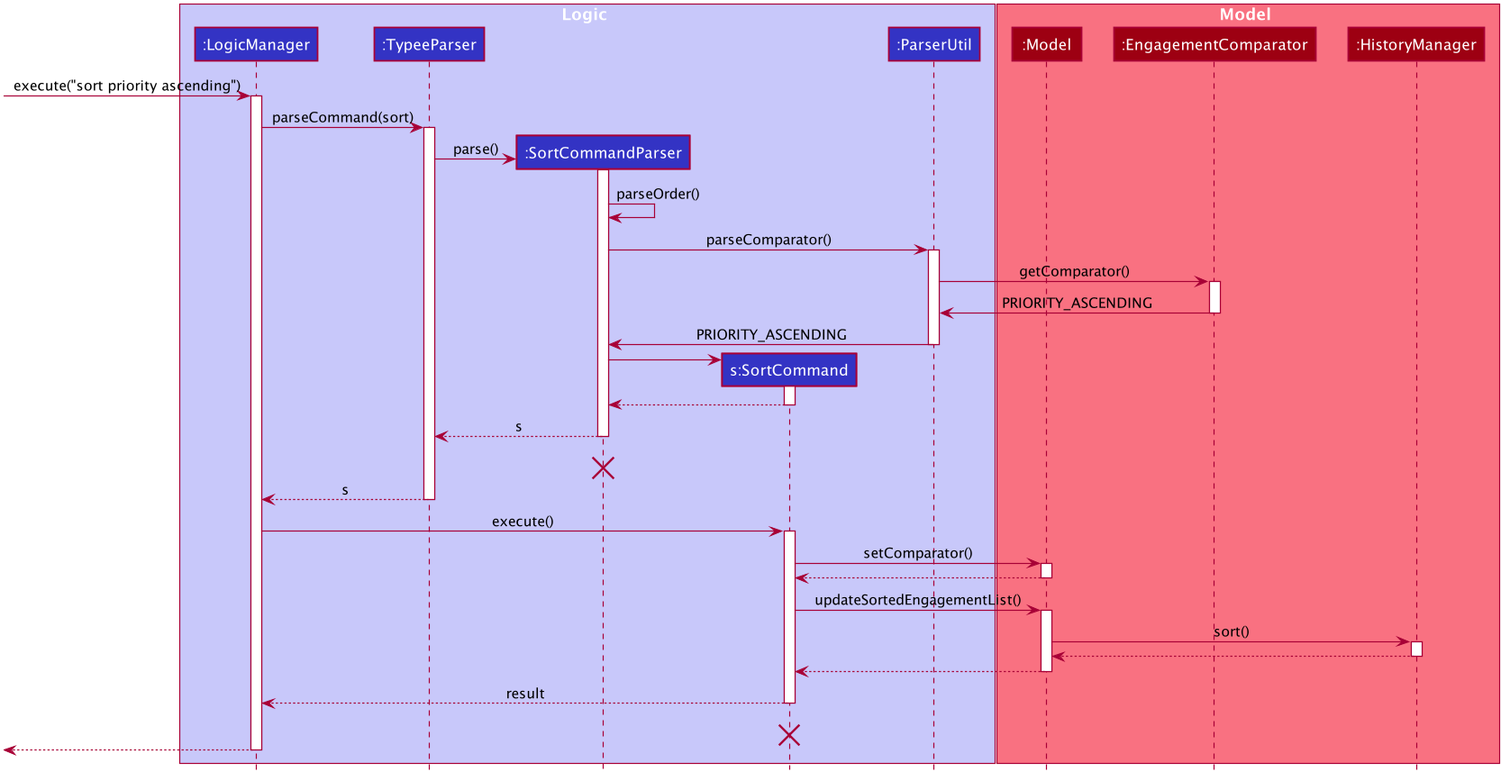
Earlier version of the PlantUML export docs/images/SortSequenceDiagram.png (nus-cs2103-AY1920S1/addressbook-level3).
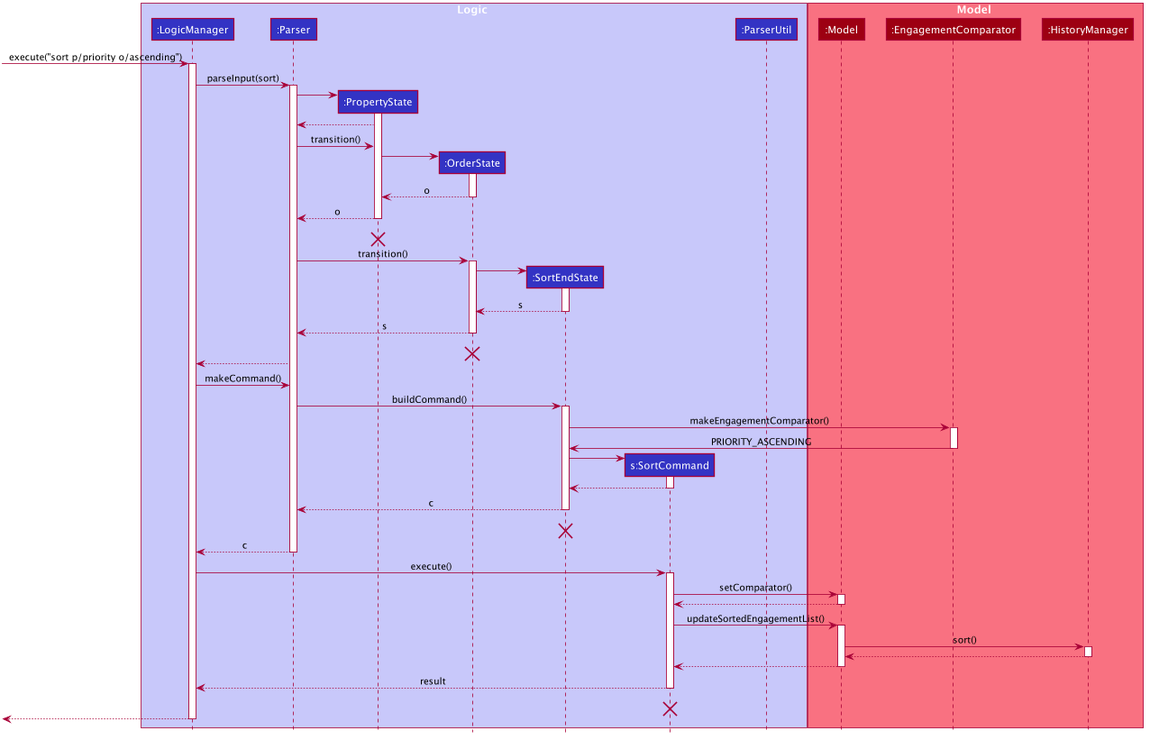
Above is the later version.

Commit message:
Update sequence diagram

What changed in the source:
```diff
@@ -50,8 +50,10 @@
 
 box Logic #C8C8FA
 participant ":LogicManager" as LogicManager #3333C4
-participant ":TypeeParser" as TypeeParser #3333C4
-participant ":SortCommandParser" as SortCommandParser #3333C4
+participant ":Parser" as Parser #3333C4
+participant ":PropertyState" as PropertyState #3333C4
+participant ":OrderState" as OrderState #3333C4
+participant ":SortEndState" as SortEndState #3333C4
 participant "s:SortCommand" as SortCommand #3333C4
 participant ":ParserUtil" as ParserUtil #3333C4
 end box
@@ -61,43 +63,68 @@
 participant ":EngagementComparator" as EngagementComparator #9D0012
 participant ":HistoryManager" as HistoryManager #9D0012
 end box
-[-> LogicManager : execute("sort priority ascending")
+[-> LogicManager : execute("sort p/priority o/ascending")
 activate LogicManager
 
-LogicManager -> TypeeParser : parseCommand(sort)
-activate TypeeParser
+LogicManager -> Parser : parseInput(sort)
+activate Parser
 
-create SortCommandParser
-TypeeParser -> SortCommandParser : parse()
-activate SortCommandParser
+create PropertyState
+Parser -> PropertyState
+activate PropertyState
+PropertyState --> Parser
+Parser -> PropertyState : transition()
 
-SortCommandParser -> SortCommandParser : parseOrder()
+create OrderState
+PropertyState -> OrderState
+activate OrderState
 
-SortCommandParser -> ParserUtil : parseComparator()
-activate ParserUtil
+OrderState --> PropertyState : o
+deactivate OrderState
+PropertyState --> Parser : o
+deactivate PropertyState
+PropertyState -[hidden]-> Parser : pp
+destroy PropertyState
 
-ParserUtil -> EngagementComparator : getComparator()
+Parser -> OrderState : transition()
+activate OrderState
+
+create SortEndState
+OrderState -> SortEndState
+activate SortEndState
+
+SortEndState --> OrderState : s
+deactivate SortEndState
+OrderState --> Parser : s
+deactivate OrderState
+OrderState -[hidden]-> Parser : pp
+destroy OrderState
+
+Parser --> LogicManager
+LogicManager -> Parser : makeCommand()
+
+Parser -> SortEndState : buildCommand()
+activate SortEndState
+
+SortEndState -> EngagementComparator : makeEngagementComparator()
 activate EngagementComparator
-EngagementComparator -> ParserUtil : PRIORITY_ASCENDING
+EngagementComparator -> SortEndState : PRIORITY_ASCENDING
 deactivate EngagementComparator
 
-ParserUtil -> SortCommandParser : PRIORITY_ASCENDING
-deactivate ParserUtil
-
 create SortCommand
-SortCommandParser -> SortCommand
+SortEndState -> SortCommand
 activate SortCommand
 
-SortCommand --> SortCommandParser
+SortCommand --> SortEndState
 deactivate SortCommand
 
-SortCommandParser --> TypeeParser : s
-deactivate SortCommandParser
-SortCommandParser -[hidden]-> TypeeParser : s
-destroy SortCommandParser
+SortEndState --> Parser : c
+deactivate SortEndState
+SortEndState -[hidden]-> Parser : s
+destroy SortEndState
 
-TypeeParser --> LogicManager : s
-deactivate TypeeParser
+Parser --> LogicManager : c
+deactivate Parser
 
 LogicManager -> SortCommand : execute()
 activate SortCommand
```
